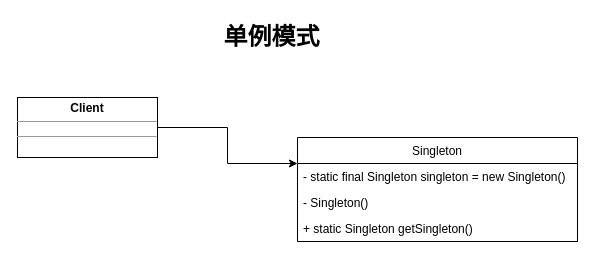
rise0608/UML_practice keeps this draw.io diagram as SingletonPattern.drawio. Above is the earlier version. Source tidied: cells renumbered, new cells numbered last; positions are measured from the earlier drawing's top-left corner, leaving out a move shared by most shapes. Both pictures are drawn from the tidied source at 100%, with x=0, y=0 at pixel (17, 17).
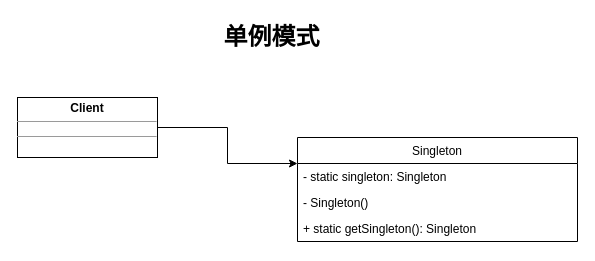
After the change.

Diff of the diagram source:
```diff
@@
 <mxGraphModel>
   <root>
     <mxCell id="0" />
     <mxCell id="1" parent="0" />
     <mxCell id="2" value="单例模式" style="text;strokeColor=none;fillColor=none;html=1;fontSize=24;fontStyle=1;verticalAlign=middle;align=center;" parent="1" vertex="1">
       <mxGeometry x="176" width="156" height="40" as="geometry" />
     </mxCell>
     <mxCell id="3" value="Singleton" style="swimlane;fontStyle=0;horizontal=1;startSize=26;fillColor=none;" parent="1" vertex="1">
       <mxGeometry x="280" y="120" width="280" height="104" as="geometry" />
     </mxCell>
-    <mxCell id="4" value="- static final Singleton singleton = new Singleton() " style="text;strokeColor=none;fillColor=none;align=left;verticalAlign=top;spacingLeft=4;spacingRight=4;overflow=hidden;" parent="3" vertex="1">
+    <mxCell id="4" value="- static singleton: Singleton&#10; " style="text;strokeColor=none;fillColor=none;align=left;verticalAlign=top;spacingLeft=4;spacingRight=4;overflow=hidden;" parent="3" vertex="1">
       <mxGeometry y="26" width="280" height="26" as="geometry" />
     </mxCell>
     <mxCell id="5" value="- Singleton()" style="text;strokeColor=none;fillColor=none;align=left;verticalAlign=top;spacingLeft=4;spacingRight=4;overflow=hidden;" parent="3" vertex="1">
       <mxGeometry y="52" width="280" height="26" as="geometry" />
     </mxCell>
-    <mxCell id="6" value="+ static Singleton getSingleton()" style="text;strokeColor=none;fillColor=none;align=left;verticalAlign=top;spacingLeft=4;spacingRight=4;overflow=hidden;" parent="3" vertex="1">
+    <mxCell id="6" value="+ static getSingleton(): Singleton " style="text;strokeColor=none;fillColor=none;align=left;verticalAlign=top;spacingLeft=4;spacingRight=4;overflow=hidden;" parent="3" vertex="1">
       <mxGeometry y="78" width="280" height="26" as="geometry" />
     </mxCell>
     <mxCell id="7" style="edgeStyle=orthogonalEdgeStyle;rounded=0;jettySize=auto;html=1;exitX=1;exitY=0.5;exitDx=0;exitDy=0;entryX=0;entryY=0.25;entryDx=0;entryDy=0;" parent="1" edge="1" source="8" target="3">
       <mxGeometry relative="1" as="geometry" />
     </mxCell>
     <mxCell id="8" value="&lt;p style=&quot;margin: 0px ; margin-top: 4px ; text-align: center&quot;&gt;&lt;b&gt;Client&lt;/b&gt;&lt;/p&gt;&lt;hr size=&quot;1&quot;&gt;&lt;div style=&quot;height: 2px&quot;&gt;&lt;/div&gt;&lt;hr size=&quot;1&quot;&gt;&lt;div style=&quot;height: 2px&quot;&gt;&lt;/div&gt;" style="verticalAlign=top;align=left;overflow=fill;fontSize=12;fontFamily=Helvetica;html=1;" parent="1" vertex="1">
       <mxGeometry y="80" width="140" height="60" as="geometry" />
     </mxCell>
   </root>
 </mxGraphModel>
```
